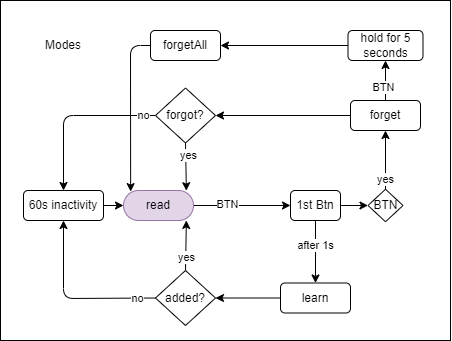
Before: button.drawio.png, a diagram exported from draw.io (imanlangarann/rf-control-monitor). Source tidied: cells renumbered, new cells last; positions are measured from the earlier drawing's top-left corner, leaving out a move shared by most shapes.
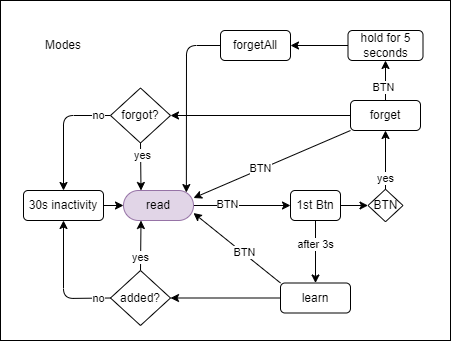
After the commit.

Commit message:
implement all btn functions

Diff of the diagram source:
```diff
@@ -33,6 +33,12 @@
     <mxCell id="10" style="edgeStyle=none;html=1;exitX=0;exitY=0.5;exitDx=0;exitDy=0;entryX=1;entryY=0.5;entryDx=0;entryDy=0;" parent="1" edge="1" source="11" target="26">
       <mxGeometry relative="1" as="geometry" />
     </mxCell>
+    <mxCell id="36" style="edgeStyle=none;html=1;exitX=0;exitY=0;exitDx=0;exitDy=0;entryX=1;entryY=0.75;entryDx=0;entryDy=0;" parent="1" edge="1" source="11" target="5">
+      <mxGeometry relative="1" as="geometry" />
+    </mxCell>
+    <mxCell id="37" value="BTN" style="edgeLabel;html=1;align=center;verticalAlign=middle;" parent="36" vertex="1">
+      <mxGeometry x="-0.15" y="-1" relative="1" as="geometry" />
+    </mxCell>
     <mxCell id="11" value="learn" style="rounded=1;whiteSpace=wrap;html=1;" parent="1" vertex="1">
       <mxGeometry x="280" y="282.5" width="70" height="30" as="geometry" />
     </mxCell>
@@ -45,32 +51,38 @@
     <mxCell id="14" value="BTN" style="edgeLabel;html=1;align=center;verticalAlign=middle;" parent="13" vertex="1">
       <mxGeometry x="-0.34" y="2" relative="1" as="geometry" />
     </mxCell>
+    <mxCell id="38" style="edgeStyle=none;html=1;exitX=0;exitY=1;exitDx=0;exitDy=0;entryX=1;entryY=0.25;entryDx=0;entryDy=0;" parent="1" edge="1" source="15" target="5">
+      <mxGeometry relative="1" as="geometry" />
+    </mxCell>
+    <mxCell id="39" value="BTN" style="edgeLabel;html=1;align=center;verticalAlign=middle;" parent="38" vertex="1">
+      <mxGeometry x="0.15" y="-1" relative="1" as="geometry" />
+    </mxCell>
     <mxCell id="15" value="forget" style="rounded=1;whiteSpace=wrap;html=1;" parent="1" vertex="1">
       <mxGeometry x="350" y="100" width="70" height="30" as="geometry" />
     </mxCell>
-    <mxCell id="16" style="edgeStyle=none;html=1;entryX=0.102;entryY=0.037;entryDx=0;entryDy=0;entryPerimeter=0;exitX=0;exitY=0.5;exitDx=0;exitDy=0;" parent="1" edge="1" source="17" target="5">
+    <mxCell id="16" style="edgeStyle=none;html=1;exitX=0;exitY=0.5;exitDx=0;exitDy=0;entryX=0.898;entryY=0.068;entryDx=0;entryDy=0;entryPerimeter=0;" parent="1" edge="1" source="17" target="5">
       <mxGeometry relative="1" as="geometry">
         <Array as="points">
-          <mxPoint x="130" y="45" />
+          <mxPoint x="186" y="45" />
         </Array>
       </mxGeometry>
     </mxCell>
     <mxCell id="17" value="forgetAll" style="rounded=1;whiteSpace=wrap;html=1;" parent="1" vertex="1">
-      <mxGeometry x="150" y="30" width="70" height="30" as="geometry" />
+      <mxGeometry x="220" y="30" width="70" height="30" as="geometry" />
     </mxCell>
     <mxCell id="18" style="edgeStyle=none;html=1;exitX=1;exitY=0.5;exitDx=0;exitDy=0;" parent="1" edge="1" source="19" target="5">
       <mxGeometry relative="1" as="geometry" />
     </mxCell>
-    <mxCell id="19" value="60s inactivity" style="rounded=1;whiteSpace=wrap;html=1;" parent="1" vertex="1">
+    <mxCell id="19" value="30s inactivity" style="rounded=1;whiteSpace=wrap;html=1;" parent="1" vertex="1">
       <mxGeometry x="23" y="190" width="80" height="30" as="geometry" />
     </mxCell>
     <mxCell id="20" style="endArrow=classic;startArrow=none;html=1;exitX=0.5;exitY=1;exitDx=0;exitDy=0;entryX=0.5;entryY=0;entryDx=0;entryDy=0;startFill=0;" parent="1" edge="1" source="33" target="11">
       <mxGeometry relative="1" as="geometry" />
     </mxCell>
-    <mxCell id="21" value="after 1s" style="edgeLabel;html=1;align=center;verticalAlign=middle;" parent="20" vertex="1">
+    <mxCell id="21" value="after 3s" style="edgeLabel;html=1;align=center;verticalAlign=middle;" parent="20" vertex="1">
       <mxGeometry x="-0.23" relative="1" as="geometry" />
     </mxCell>
-    <mxCell id="22" style="edgeStyle=none;html=1;entryX=0.898;entryY=0.997;entryDx=0;entryDy=0;exitX=0.5;exitY=0;exitDx=0;exitDy=0;entryPerimeter=0;" parent="1" edge="1" source="26" target="5">
+    <mxCell id="22" style="edgeStyle=none;html=1;entryX=0.25;entryY=1;entryDx=0;entryDy=0;exitX=0.5;exitY=0;exitDx=0;exitDy=0;" parent="1" edge="1" source="26" target="5">
       <mxGeometry relative="1" as="geometry" />
     </mxCell>
     <mxCell id="23" value="yes" style="edgeLabel;html=1;align=center;verticalAlign=middle;" parent="22" vertex="1">
@@ -87,13 +99,13 @@
     </mxCell>
     <mxCell id="25" value="no" style="edgeLabel;html=1;align=center;verticalAlign=middle;" parent="24" vertex="1">
       <mxGeometry x="-0.3" relative="1" as="geometry">
-        <mxPoint x="42" as="offset" />
+        <mxPoint x="32" as="offset" />
       </mxGeometry>
     </mxCell>
     <mxCell id="26" value="added?" style="rhombus;whiteSpace=wrap;html=1;" parent="1" vertex="1">
-      <mxGeometry x="155" y="270" width="60" height="55" as="geometry" />
+      <mxGeometry x="110" y="270" width="60" height="55" as="geometry" />
     </mxCell>
-    <mxCell id="27" style="edgeStyle=none;html=1;exitX=0.5;exitY=1;exitDx=0;exitDy=0;entryX=0.898;entryY=0.007;entryDx=0;entryDy=0;entryPerimeter=0;" parent="1" edge="1" source="31" target="5">
+    <mxCell id="27" style="edgeStyle=none;html=1;exitX=0.5;exitY=1;exitDx=0;exitDy=0;entryX=0.25;entryY=0;entryDx=0;entryDy=0;" parent="1" edge="1" source="31" target="5">
       <mxGeometry relative="1" as="geometry" />
     </mxCell>
     <mxCell id="28" value="yes" style="edgeLabel;html=1;align=center;verticalAlign=middle;" parent="27" vertex="1">
@@ -108,11 +120,11 @@
     </mxCell>
     <mxCell id="30" value="no" style="edgeLabel;html=1;align=center;verticalAlign=middle;" parent="29" vertex="1">
       <mxGeometry x="-0.77" relative="1" as="geometry">
-        <mxPoint x="7" as="offset" />
+        <mxPoint x="2" as="offset" />
       </mxGeometry>
     </mxCell>
     <mxCell id="31" value="forgot?" style="rhombus;whiteSpace=wrap;html=1;" parent="1" vertex="1">
-      <mxGeometry x="155" y="87.5" width="60" height="55" as="geometry" />
+      <mxGeometry x="110" y="87.5" width="60" height="55" as="geometry" />
     </mxCell>
     <mxCell id="32" style="edgeStyle=none;html=1;exitX=1;exitY=0.5;exitDx=0;exitDy=0;entryX=0;entryY=0.5;entryDx=0;entryDy=0;startArrow=none;startFill=0;" parent="1" edge="1" source="33" target="9">
       <mxGeometry relative="1" as="geometry" />
```
